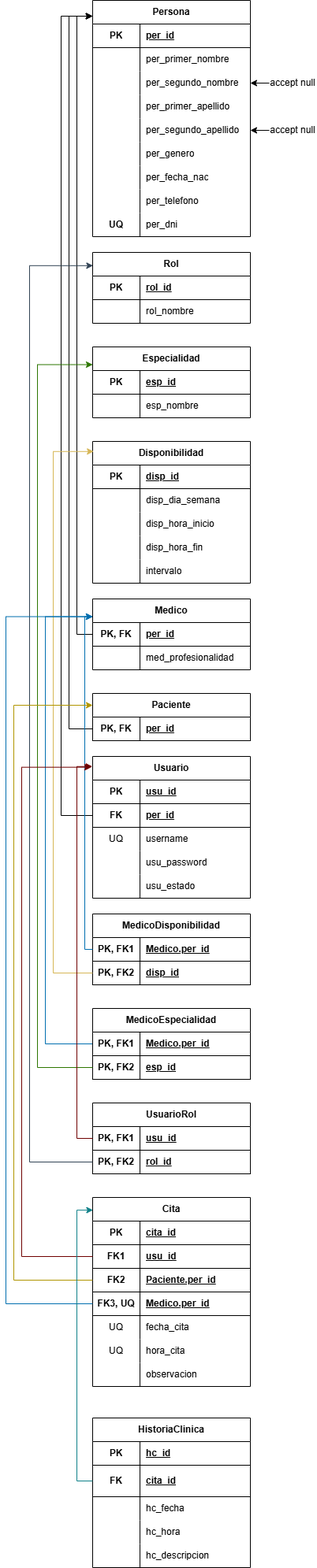
This is ModeladoBD/ModeloRelacional-Piedrazul.png from rhony-martinez/piedra-azul, a draw.io export, as it was before one commit. Source tidied: cells renumbered, new cells last; positions are measured from the earlier drawing's top-left corner, leaving out a move shared by most shapes.
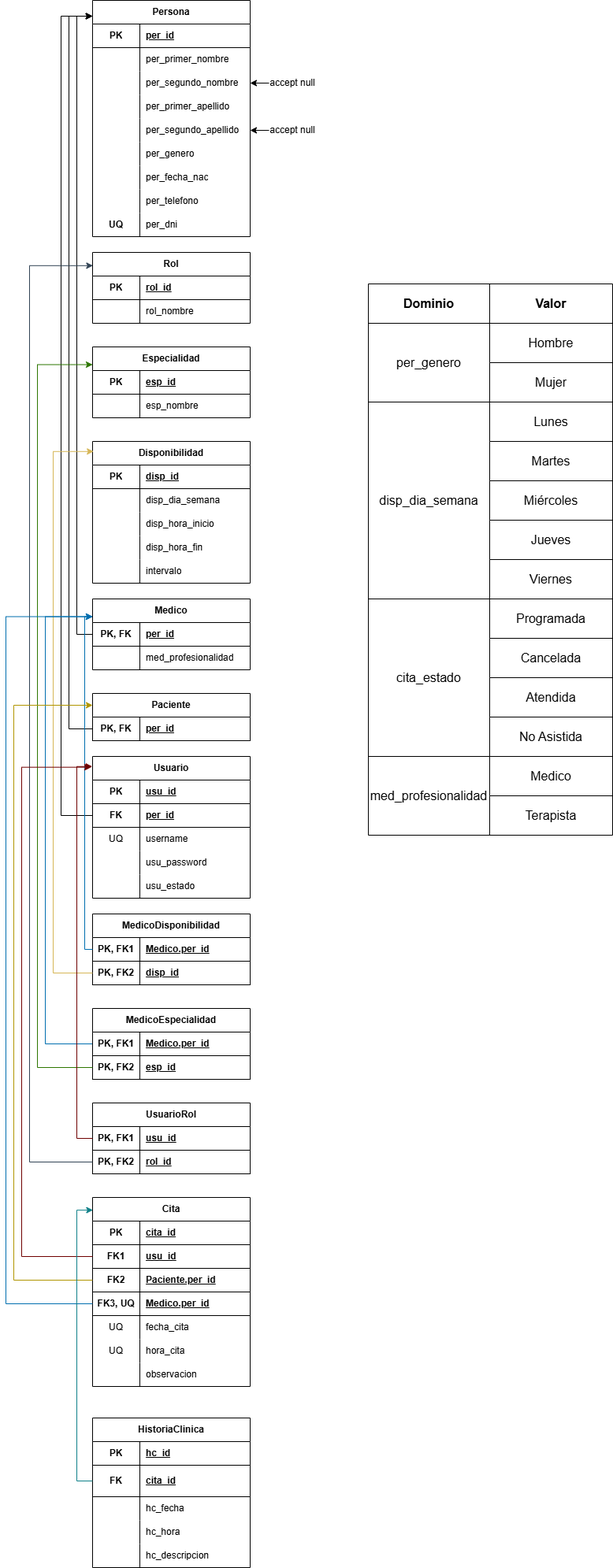
After the change.

Change to the diagram source:
```diff
@@ -209,7 +209,7 @@
     <mxCell id="70" value="per_id" style="shape=partialRectangle;fillColor=none;top=0;left=0;bottom=1;right=0;align=left;spacingLeft=6;fontStyle=5;overflow=hidden;html=1;whiteSpace=wrap;" parent="68" vertex="1">
       <mxGeometry x="60" width="140" height="30" as="geometry" />
     </mxCell>
-    <mxCell id="71" style="edgeStyle=orthogonalEdgeStyle;rounded=0;jettySize=auto;html=1;exitX=0;exitY=0.5;exitDx=0;exitDy=0;entryX=0;entryY=0.5;entryDx=0;entryDy=0;" parent="1" edge="1" source="x" target="3">
+    <mxCell id="71" style="edgeStyle=orthogonalEdgeStyle;rounded=0;jettySize=auto;html=1;exitX=0;exitY=0.5;exitDx=0;exitDy=0;entryX=0;entryY=0.5;entryDx=0;entryDy=0;" parent="1" edge="1" target="3">
       <mxGeometry relative="1" as="geometry" />
     </mxCell>
     <mxCell id="72" style="edgeStyle=orthogonalEdgeStyle;rounded=0;jettySize=auto;html=1;exitX=0;exitY=0.5;exitDx=0;exitDy=0;" parent="1" edge="1" source="68">
@@ -549,5 +549,107 @@
     <mxCell id="163" value="accept null" style="text;html=1;whiteSpace=wrap;strokeColor=none;fillColor=none;align=center;verticalAlign=middle;rounded=0;" parent="1" vertex="1">
       <mxGeometry x="334" y="150" width="60" height="30" as="geometry" />
     </mxCell>
+    <mxCell id="164" style="shape=table;startSize=0;fontSize=16;" parent="1" vertex="1">
+      <mxGeometry x="460" y="360" width="310" height="700" as="geometry" />
+    </mxCell>
+    <mxCell id="165" style="shape=tableRow;horizontal=0;startSize=0;swimlaneHead=0;swimlaneBody=0;strokeColor=inherit;top=0;left=0;bottom=0;right=0;fillColor=none;fontSize=16;" parent="164" vertex="1">
+      <mxGeometry width="310" height="50" as="geometry" />
+    </mxCell>
+    <mxCell id="166" value="&lt;b&gt;Dominio&lt;/b&gt;" style="shape=partialRectangle;html=1;whiteSpace=wrap;strokeColor=inherit;overflow=hidden;fillColor=none;top=0;left=0;bottom=0;right=0;fontSize=16;" parent="165" vertex="1">
+      <mxGeometry width="154" height="50" as="geometry" />
+    </mxCell>
+    <mxCell id="167" value="&lt;b&gt;Valor&lt;/b&gt;" style="shape=partialRectangle;html=1;whiteSpace=wrap;strokeColor=inherit;overflow=hidden;fillColor=none;top=0;left=0;bottom=0;right=0;fontSize=16;" parent="165" vertex="1">
+      <mxGeometry x="154" width="156" height="50" as="geometry" />
+    </mxCell>
+    <mxCell id="168" style="shape=tableRow;horizontal=0;startSize=0;swimlaneHead=0;swimlaneBody=0;strokeColor=inherit;top=0;left=0;bottom=0;right=0;fillColor=none;fontSize=16;" parent="164" vertex="1">
+      <mxGeometry y="50" width="310" height="50" as="geometry" />
+    </mxCell>
+    <mxCell id="169" value="per_genero" style="shape=partialRectangle;html=1;whiteSpace=wrap;strokeColor=inherit;overflow=hidden;fillColor=none;top=0;left=0;bottom=0;right=0;fontSize=16;rowspan=2;colspan=1;" parent="168" vertex="1">
+      <mxGeometry width="154" height="100" as="geometry" />
+    </mxCell>
+    <mxCell id="170" value="Hombre" style="shape=partialRectangle;html=1;whiteSpace=wrap;strokeColor=inherit;overflow=hidden;fillColor=none;top=0;left=0;bottom=0;right=0;fontSize=16;" parent="168" vertex="1">
+      <mxGeometry x="154" width="156" height="50" as="geometry" />
+    </mxCell>
+    <mxCell id="171" style="shape=tableRow;horizontal=0;startSize=0;swimlaneHead=0;swimlaneBody=0;strokeColor=inherit;top=0;left=0;bottom=0;right=0;fillColor=none;fontSize=16;" parent="164" vertex="1">
+      <mxGeometry y="100" width="310" height="50" as="geometry" />
+    </mxCell>
+    <mxCell id="172" value="Mujer" style="shape=partialRectangle;html=1;whiteSpace=wrap;strokeColor=inherit;overflow=hidden;fillColor=none;top=0;left=0;bottom=0;right=0;fontSize=16;" parent="171" vertex="1">
+      <mxGeometry x="154" width="156" height="50" as="geometry" />
+    </mxCell>
+    <mxCell id="173" style="shape=tableRow;horizontal=0;startSize=0;swimlaneHead=0;swimlaneBody=0;strokeColor=inherit;top=0;left=0;bottom=0;right=0;fillColor=none;fontSize=16;" parent="164" vertex="1">
+      <mxGeometry y="150" width="310" height="50" as="geometry" />
+    </mxCell>
+    <mxCell id="174" value="disp_dia_semana" style="shape=partialRectangle;html=1;whiteSpace=wrap;strokeColor=inherit;overflow=hidden;fillColor=none;top=0;left=0;bottom=0;right=0;fontSize=16;rowspan=5;colspan=1;" parent="173" vertex="1">
+      <mxGeometry width="154" height="250" as="geometry" />
+    </mxCell>
+    <mxCell id="175" value="Lunes" style="shape=partialRectangle;html=1;whiteSpace=wrap;strokeColor=inherit;overflow=hidden;fillColor=none;top=0;left=0;bottom=0;right=0;fontSize=16;" parent="173" vertex="1">
+      <mxGeometry x="154" width="156" height="50" as="geometry" />
+    </mxCell>
+    <mxCell id="176" style="shape=tableRow;horizontal=0;startSize=0;swimlaneHead=0;swimlaneBody=0;strokeColor=inherit;top=0;left=0;bottom=0;right=0;fillColor=none;fontSize=16;" parent="164" vertex="1">
+      <mxGeometry y="200" width="310" height="50" as="geometry" />
+    </mxCell>
+    <mxCell id="177" value="Martes" style="shape=partialRectangle;html=1;whiteSpace=wrap;strokeColor=inherit;overflow=hidden;fillColor=none;top=0;left=0;bottom=0;right=0;fontSize=16;" parent="176" vertex="1">
+      <mxGeometry x="154" width="156" height="50" as="geometry" />
+    </mxCell>
+    <mxCell id="178" style="shape=tableRow;horizontal=0;startSize=0;swimlaneHead=0;swimlaneBody=0;strokeColor=inherit;top=0;left=0;bottom=0;right=0;fillColor=none;fontSize=16;" parent="164" vertex="1">
+      <mxGeometry y="250" width="310" height="50" as="geometry" />
+    </mxCell>
+    <mxCell id="179" value="Miércoles" style="shape=partialRectangle;html=1;whiteSpace=wrap;strokeColor=inherit;overflow=hidden;fillColor=none;top=0;left=0;bottom=0;right=0;fontSize=16;" parent="178" vertex="1">
+      <mxGeometry x="154" width="156" height="50" as="geometry" />
+    </mxCell>
+    <mxCell id="180" style="shape=tableRow;horizontal=0;startSize=0;swimlaneHead=0;swimlaneBody=0;strokeColor=inherit;top=0;left=0;bottom=0;right=0;fillColor=none;fontSize=16;" parent="164" vertex="1">
+      <mxGeometry y="300" width="310" height="50" as="geometry" />
+    </mxCell>
+    <mxCell id="181" value="Jueves" style="shape=partialRectangle;html=1;whiteSpace=wrap;strokeColor=inherit;overflow=hidden;fillColor=none;top=0;left=0;bottom=0;right=0;fontSize=16;" parent="180" vertex="1">
+      <mxGeometry x="154" width="156" height="50" as="geometry" />
+    </mxCell>
+    <mxCell id="182" style="shape=tableRow;horizontal=0;startSize=0;swimlaneHead=0;swimlaneBody=0;strokeColor=inherit;top=0;left=0;bottom=0;right=0;fillColor=none;fontSize=16;" parent="164" vertex="1">
+      <mxGeometry y="350" width="310" height="50" as="geometry" />
+    </mxCell>
+    <mxCell id="183" value="Viernes" style="shape=partialRectangle;html=1;whiteSpace=wrap;strokeColor=inherit;overflow=hidden;fillColor=none;top=0;left=0;bottom=0;right=0;fontSize=16;" parent="182" vertex="1">
+      <mxGeometry x="154" width="156" height="50" as="geometry" />
+    </mxCell>
+    <mxCell id="184" style="shape=tableRow;horizontal=0;startSize=0;swimlaneHead=0;swimlaneBody=0;strokeColor=inherit;top=0;left=0;bottom=0;right=0;fillColor=none;fontSize=16;" parent="164" vertex="1">
+      <mxGeometry y="400" width="310" height="50" as="geometry" />
+    </mxCell>
+    <mxCell id="185" value="cita_estado" style="shape=partialRectangle;html=1;whiteSpace=wrap;strokeColor=inherit;overflow=hidden;fillColor=none;top=0;left=0;bottom=0;right=0;fontSize=16;rowspan=4;colspan=1;" parent="184" vertex="1">
+      <mxGeometry width="154" height="200" as="geometry" />
+    </mxCell>
+    <mxCell id="186" value="Programada" style="shape=partialRectangle;html=1;whiteSpace=wrap;strokeColor=inherit;overflow=hidden;fillColor=none;top=0;left=0;bottom=0;right=0;fontSize=16;" parent="184" vertex="1">
+      <mxGeometry x="154" width="156" height="50" as="geometry" />
+    </mxCell>
+    <mxCell id="187" style="shape=tableRow;horizontal=0;startSize=0;swimlaneHead=0;swimlaneBody=0;strokeColor=inherit;top=0;left=0;bottom=0;right=0;fillColor=none;fontSize=16;" parent="164" vertex="1">
+      <mxGeometry y="450" width="310" height="50" as="geometry" />
+    </mxCell>
+    <mxCell id="188" value="Cancelada" style="shape=partialRectangle;html=1;whiteSpace=wrap;strokeColor=inherit;overflow=hidden;fillColor=none;top=0;left=0;bottom=0;right=0;fontSize=16;" parent="187" vertex="1">
+      <mxGeometry x="154" width="156" height="50" as="geometry" />
+    </mxCell>
+    <mxCell id="189" style="shape=tableRow;horizontal=0;startSize=0;swimlaneHead=0;swimlaneBody=0;strokeColor=inherit;top=0;left=0;bottom=0;right=0;fillColor=none;fontSize=16;" parent="164" vertex="1">
+      <mxGeometry y="500" width="310" height="50" as="geometry" />
+    </mxCell>
+    <mxCell id="190" value="Atendida" style="shape=partialRectangle;html=1;whiteSpace=wrap;strokeColor=inherit;overflow=hidden;fillColor=none;top=0;left=0;bottom=0;right=0;fontSize=16;" parent="189" vertex="1">
+      <mxGeometry x="154" width="156" height="50" as="geometry" />
+    </mxCell>
+    <mxCell id="191" style="shape=tableRow;horizontal=0;startSize=0;swimlaneHead=0;swimlaneBody=0;strokeColor=inherit;top=0;left=0;bottom=0;right=0;fillColor=none;fontSize=16;" parent="164" vertex="1">
+      <mxGeometry y="550" width="310" height="50" as="geometry" />
+    </mxCell>
+    <mxCell id="192" value="No Asistida" style="shape=partialRectangle;html=1;whiteSpace=wrap;strokeColor=inherit;overflow=hidden;fillColor=none;top=0;left=0;bottom=0;right=0;fontSize=16;" parent="191" vertex="1">
+      <mxGeometry x="154" width="156" height="50" as="geometry" />
+    </mxCell>
+    <mxCell id="193" style="shape=tableRow;horizontal=0;startSize=0;swimlaneHead=0;swimlaneBody=0;strokeColor=inherit;top=0;left=0;bottom=0;right=0;fillColor=none;fontSize=16;" parent="164" vertex="1">
+      <mxGeometry y="600" width="310" height="50" as="geometry" />
+    </mxCell>
+    <mxCell id="194" value="med_profesionalidad" style="shape=partialRectangle;html=1;whiteSpace=wrap;strokeColor=inherit;overflow=hidden;fillColor=none;top=0;left=0;bottom=0;right=0;fontSize=16;rowspan=2;colspan=1;" parent="193" vertex="1">
+      <mxGeometry width="154" height="100" as="geometry" />
+    </mxCell>
+    <mxCell id="195" value="Medico" style="shape=partialRectangle;html=1;whiteSpace=wrap;strokeColor=inherit;overflow=hidden;fillColor=none;top=0;left=0;bottom=0;right=0;fontSize=16;" parent="193" vertex="1">
+      <mxGeometry x="154" width="156" height="50" as="geometry" />
+    </mxCell>
+    <mxCell id="196" style="shape=tableRow;horizontal=0;startSize=0;swimlaneHead=0;swimlaneBody=0;strokeColor=inherit;top=0;left=0;bottom=0;right=0;fillColor=none;fontSize=16;" parent="164" vertex="1">
+      <mxGeometry y="650" width="310" height="50" as="geometry" />
+    </mxCell>
+    <mxCell id="197" value="Terapista" style="shape=partialRectangle;html=1;whiteSpace=wrap;strokeColor=inherit;overflow=hidden;fillColor=none;top=0;left=0;bottom=0;right=0;fontSize=16;" parent="196" vertex="1">
+      <mxGeometry x="154" width="156" height="50" as="geometry" />
+    </mxCell>
   </root>
 </mxGraphModel>
```
